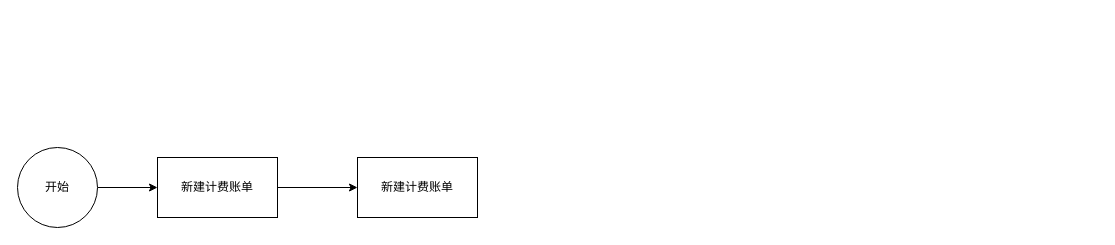
xiaohuihui7726/drawio keeps this draw.io diagram as 计费账单流程.drawio. Above is the earlier version. Source tidied: cells renumbered, new cells numbered last; positions are measured from the earlier drawing's top-left corner, leaving out a move shared by most shapes. Both pictures are drawn from the tidied source at 100%, with x=0, y=0 at pixel (17, 147).
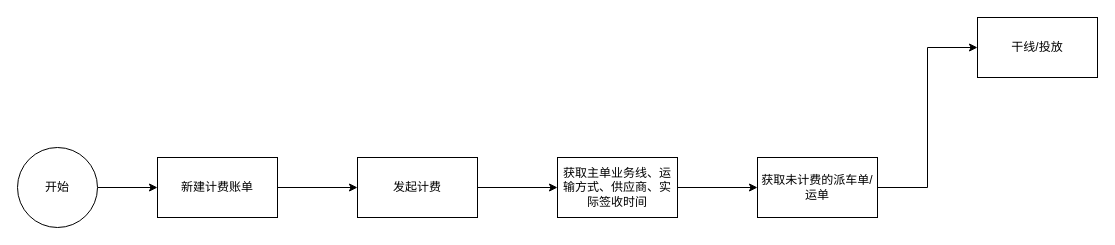
The same diagram, later.

Commit message (it also covers changes not shown here):
更新计费账单流程.drawio

Change to the diagram source:
```diff
@@
 <mxGraphModel>
   <root>
     <mxCell id="0" />
     <mxCell id="1" parent="0" />
     <mxCell id="2" style="edgeStyle=orthogonalEdgeStyle;rounded=0;jettySize=auto;html=1;" parent="1" edge="1" source="3" target="5">
       <mxGeometry relative="1" as="geometry" />
     </mxCell>
     <mxCell id="3" value="开始" style="ellipse;whiteSpace=wrap;html=1;" parent="1" vertex="1">
       <mxGeometry width="80" height="80" as="geometry" />
     </mxCell>
     <mxCell id="4" style="edgeStyle=orthogonalEdgeStyle;rounded=0;jettySize=auto;html=1;" parent="1" edge="1" source="5" target="6">
       <mxGeometry relative="1" as="geometry" />
     </mxCell>
     <mxCell id="5" value="新建计费账单" style="whiteSpace=wrap;html=1;" parent="1" vertex="1">
       <mxGeometry x="140" y="10" width="120" height="60" as="geometry" />
     </mxCell>
+    <mxCell id="7" style="edgeStyle=orthogonalEdgeStyle;rounded=0;jettySize=auto;html=1;" parent="1" edge="1" source="6" target="9">
+      <mxGeometry relative="1" as="geometry" />
+    </mxCell>
-    <mxCell id="6" value="新建计费账单" style="whiteSpace=wrap;html=1;" parent="1" vertex="1">
+    <mxCell id="6" value="发起计费" style="whiteSpace=wrap;html=1;" parent="1" vertex="1">
       <mxGeometry x="340" y="10" width="120" height="60" as="geometry" />
     </mxCell>
+    <mxCell id="8" style="edgeStyle=orthogonalEdgeStyle;rounded=0;jettySize=auto;html=1;" parent="1" edge="1" source="9" target="11">
+      <mxGeometry relative="1" as="geometry" />
+    </mxCell>
+    <mxCell id="9" value="获取主单业务线、运输方式、供应商、实际签收时间" style="whiteSpace=wrap;html=1;" parent="1" vertex="1">
+      <mxGeometry x="540" y="10" width="120" height="60" as="geometry" />
+    </mxCell>
+    <mxCell id="10" style="edgeStyle=orthogonalEdgeStyle;rounded=0;jettySize=auto;html=1;entryX=0;entryY=0.5;entryDx=0;entryDy=0;" parent="1" edge="1" source="11" target="12">
+      <mxGeometry relative="1" as="geometry" />
+    </mxCell>
+    <mxCell id="11" value="获取未计费的派车单/运单" style="whiteSpace=wrap;html=1;" parent="1" vertex="1">
+      <mxGeometry x="740" y="10" width="120" height="60" as="geometry" />
+    </mxCell>
+    <mxCell id="12" value="干线/投放" style="whiteSpace=wrap;html=1;" parent="1" vertex="1">
+      <mxGeometry x="960" y="-130" width="120" height="60" as="geometry" />
+    </mxCell>
   </root>
 </mxGraphModel>
```
